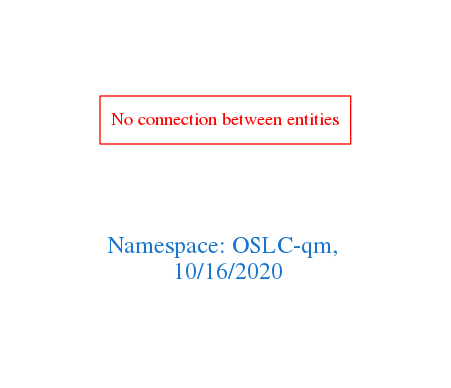
Above: downloads/OSLC-qm.png in arago/OGIT (Graphviz), before the change. Its source is kept beside it as downloads/OSLC-qm.dot. Source of this version:
```dot
digraph OGIT_ontology {
 graph [ rankdir= LR,pad=1
fontsize = 18,
fontcolor= dodgerblue3,label = "\n\n\nNamespace: OSLC-qm, \n 10/16/2020"];
node[shape=polygon];
edge [  color="gray81"];

"No connection between entities" [fontcolor = "red",color="red", shape="polygon"]
}
```
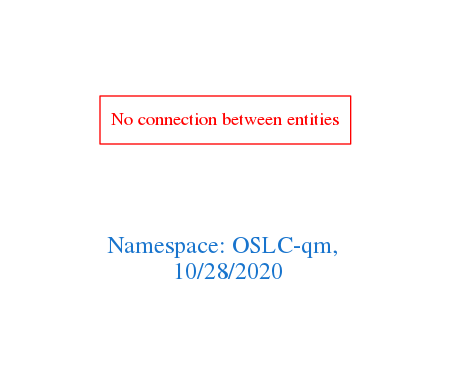
Above is the later version.

Change to the diagram source:
```diff
@@ -1,7 +1,7 @@
 digraph OGIT_ontology {
  graph [ rankdir= LR,pad=1
 fontsize = 18,
-fontcolor= dodgerblue3,label = "\n\n\nNamespace: OSLC-qm, \n 10/16/2020"];
+fontcolor= dodgerblue3,label = "\n\n\nNamespace: OSLC-qm, \n 10/28/2020"];
 node[shape=polygon];
 edge [  color="gray81"];
 
```
